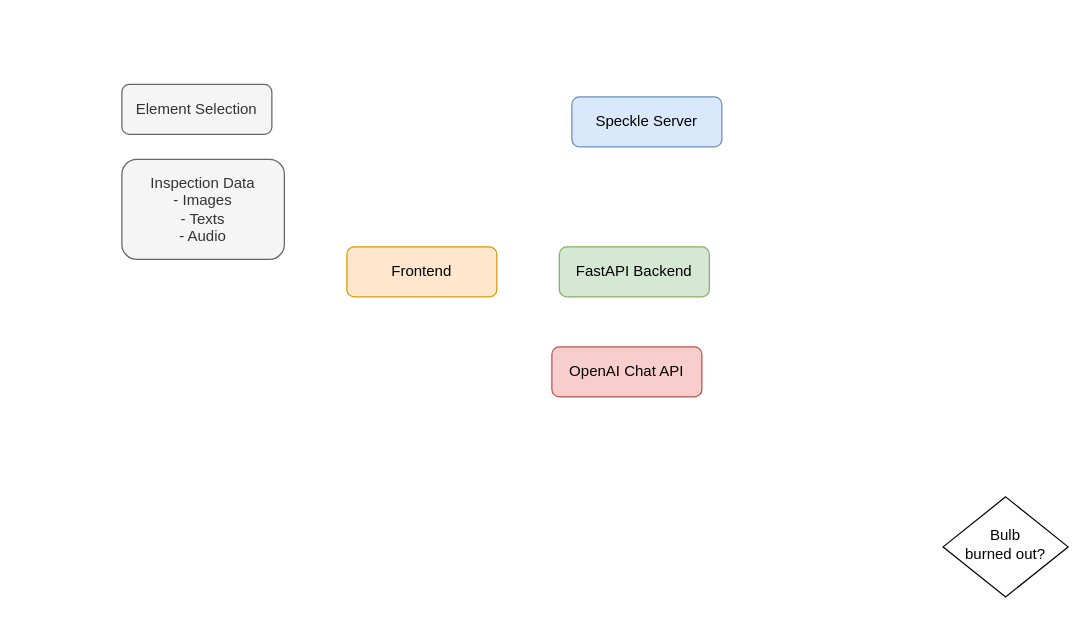
The draw.io diagram Untitled Diagram.drawio in kaison428/SpeckleClashConcrete, before the edit. Source tidied: cells renumbered, new cells numbered last; positions are measured from the earlier drawing's top-left corner, leaving out a move shared by most shapes. Both pictures are drawn from the tidied source at 125%, with x=0, y=0 at pixel (121, 84).
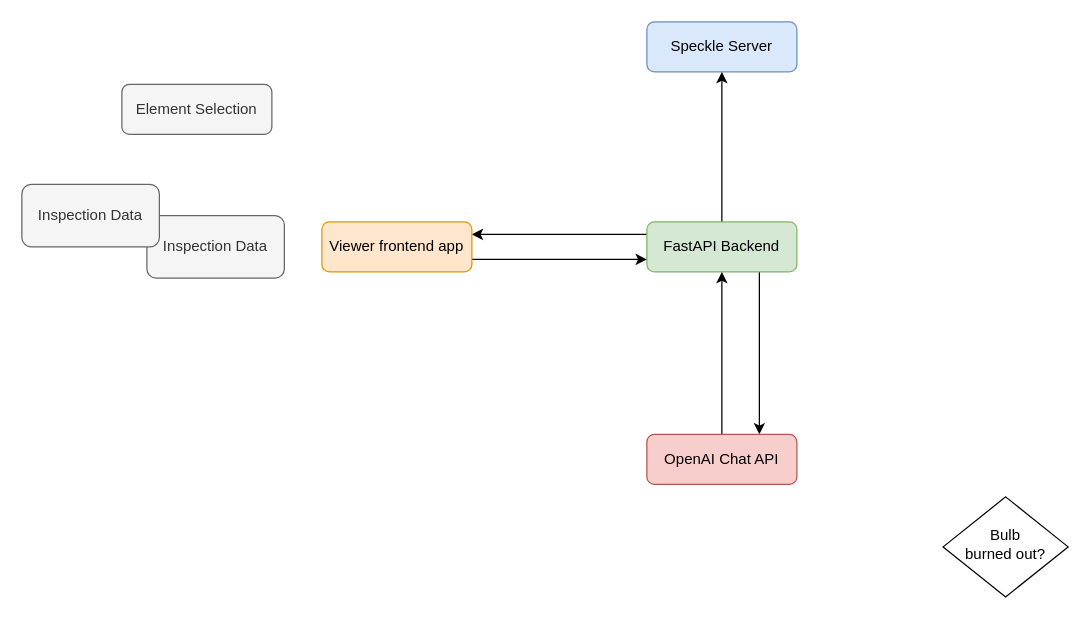
The same diagram, later.

Change to the diagram source:
```diff
@@
 <mxGraphModel>
   <root>
     <mxCell id="0" />
     <mxCell id="1" parent="0" />
     <mxCell id="2" value="Speckle Server" style="rounded=1;whiteSpace=wrap;html=1;fontSize=12;glass=0;strokeWidth=1;shadow=0;fillColor=#dae8fc;strokeColor=#6c8ebf;" parent="1" vertex="1">
-      <mxGeometry x="360" y="10" width="120" height="40" as="geometry" />
+      <mxGeometry x="420" y="-50" width="120" height="40" as="geometry" />
     </mxCell>
+    <mxCell id="9" style="edgeStyle=orthogonalEdgeStyle;rounded=0;jettySize=auto;html=1;exitX=0.5;exitY=0;exitDx=0;exitDy=0;entryX=0.5;entryY=1;entryDx=0;entryDy=0;" parent="1" edge="1" source="3" target="2">
+      <mxGeometry relative="1" as="geometry" />
+    </mxCell>
+    <mxCell id="10" style="edgeStyle=orthogonalEdgeStyle;rounded=0;jettySize=auto;html=1;exitX=0;exitY=0.25;exitDx=0;exitDy=0;entryX=1;entryY=0.25;entryDx=0;entryDy=0;" parent="1" edge="1" source="3" target="5">
+      <mxGeometry relative="1" as="geometry" />
+    </mxCell>
+    <mxCell id="11" style="edgeStyle=orthogonalEdgeStyle;rounded=0;jettySize=auto;html=1;exitX=0.75;exitY=1;exitDx=0;exitDy=0;entryX=0.75;entryY=0;entryDx=0;entryDy=0;" parent="1" edge="1" source="3" target="8">
+      <mxGeometry relative="1" as="geometry" />
+    </mxCell>
     <mxCell id="3" value="FastAPI Backend" style="rounded=1;whiteSpace=wrap;html=1;fontSize=12;glass=0;strokeWidth=1;shadow=0;fillColor=#d5e8d4;strokeColor=#82b366;" parent="1" vertex="1">
-      <mxGeometry x="350" y="130" width="120" height="40" as="geometry" />
+      <mxGeometry x="420" y="110" width="120" height="40" as="geometry" />
     </mxCell>
     <mxCell id="4" value="Bulb&lt;br&gt;burned out?" style="rhombus;whiteSpace=wrap;html=1;shadow=0;fontFamily=Helvetica;fontSize=12;align=center;strokeWidth=1;spacing=6;spacingTop=-4;" parent="1" vertex="1">
       <mxGeometry x="657" y="330" width="100" height="80" as="geometry" />
     </mxCell>
+    <mxCell id="12" style="edgeStyle=orthogonalEdgeStyle;rounded=0;jettySize=auto;html=1;exitX=1;exitY=0.75;exitDx=0;exitDy=0;entryX=0;entryY=0.75;entryDx=0;entryDy=0;" parent="1" edge="1" source="5" target="3">
+      <mxGeometry relative="1" as="geometry" />
+    </mxCell>
-    <mxCell id="5" value="Frontend" style="rounded=1;whiteSpace=wrap;html=1;fontSize=12;glass=0;strokeWidth=1;shadow=0;fillColor=#ffe6cc;strokeColor=#d79b00;" parent="1" vertex="1">
-      <mxGeometry x="180" y="130" width="120" height="40" as="geometry" />
+    <mxCell id="5" value="Viewer frontend app" style="rounded=1;whiteSpace=wrap;html=1;fontSize=12;glass=0;strokeWidth=1;shadow=0;fillColor=#ffe6cc;strokeColor=#d79b00;" parent="1" vertex="1">
+      <mxGeometry x="160" y="110" width="120" height="40" as="geometry" />
     </mxCell>
     <mxCell id="6" value="Element Selection" style="rounded=1;whiteSpace=wrap;html=1;fontSize=12;glass=0;strokeWidth=1;shadow=0;fillColor=#f5f5f5;strokeColor=#666666;fontColor=#333333;" parent="1" vertex="1">
       <mxGeometry width="120" height="40" as="geometry" />
     </mxCell>
-    <mxCell id="7" value="Inspection Data&lt;div&gt;- Images&lt;/div&gt;&lt;div&gt;- Texts&lt;/div&gt;&lt;div&gt;- Audio&lt;/div&gt;" style="rounded=1;whiteSpace=wrap;html=1;fontSize=12;glass=0;strokeWidth=1;shadow=0;fillColor=#f5f5f5;strokeColor=#666666;fontColor=#333333;" parent="1" vertex="1">
-      <mxGeometry y="60" width="130" height="80" as="geometry" />
+    <mxCell id="7" value="Inspection Data" style="rounded=1;whiteSpace=wrap;html=1;fontSize=12;glass=0;strokeWidth=1;shadow=0;fillColor=#f5f5f5;strokeColor=#666666;fontColor=#333333;" parent="1" vertex="1">
+      <mxGeometry x="20" y="105" width="110" height="50" as="geometry" />
     </mxCell>
+    <mxCell id="13" style="edgeStyle=orthogonalEdgeStyle;rounded=0;jettySize=auto;html=1;entryX=0.5;entryY=1;entryDx=0;entryDy=0;" parent="1" edge="1" source="8" target="3">
+      <mxGeometry relative="1" as="geometry" />
+    </mxCell>
     <mxCell id="8" value="OpenAI Chat API" style="rounded=1;whiteSpace=wrap;html=1;fontSize=12;glass=0;strokeWidth=1;shadow=0;fillColor=#f8cecc;strokeColor=#b85450;" parent="1" vertex="1">
-      <mxGeometry x="344" y="210" width="120" height="40" as="geometry" />
+      <mxGeometry x="420" y="280" width="120" height="40" as="geometry" />
     </mxCell>
+    <mxCell id="14" value="Inspection Data" style="rounded=1;whiteSpace=wrap;html=1;fontSize=12;glass=0;strokeWidth=1;shadow=0;fillColor=#f5f5f5;strokeColor=#666666;fontColor=#333333;" parent="1" vertex="1">
+      <mxGeometry x="-80" y="80" width="110" height="50" as="geometry" />
+    </mxCell>
   </root>
 </mxGraphModel>
```
